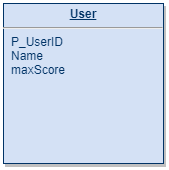
Earlier version of the draw.io export er_diagramm.png (viethb/not-kniffel). Source tidied: cells renumbered, new cells last; positions are measured from the earlier drawing's top-left corner, leaving out a move shared by most shapes.
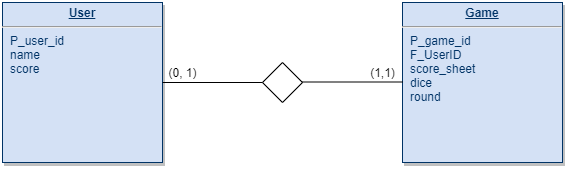
The same file after the commit.

Diff of the diagram source:
```diff
@@ -2,8 +2,29 @@
   <root>
     <mxCell id="0" />
     <mxCell id="1" parent="0" />
+    <mxCell id="3" value="&lt;p style=&quot;margin: 0px ; margin-top: 4px ; text-align: center ; text-decoration: underline&quot;&gt;&lt;strong&gt;Game&lt;/strong&gt;&lt;/p&gt;&lt;hr&gt;&lt;p style=&quot;margin: 0px ; margin-left: 8px&quot;&gt;&lt;span&gt;P_game_id&lt;/span&gt;&lt;/p&gt;&lt;p style=&quot;margin: 0px ; margin-left: 8px&quot;&gt;F_UserID&lt;/p&gt;&lt;p style=&quot;margin: 0px ; margin-left: 8px&quot;&gt;score_sheet&lt;/p&gt;&lt;p style=&quot;margin: 0px ; margin-left: 8px&quot;&gt;dice&lt;/p&gt;&lt;p style=&quot;margin: 0px ; margin-left: 8px&quot;&gt;round&lt;/p&gt;" style="verticalAlign=top;align=left;overflow=fill;fontSize=12;fontFamily=Helvetica;html=1;strokeColor=#003366;shadow=1;fillColor=#D4E1F5;fontColor=#003366;" parent="1" vertex="1">
+      <mxGeometry x="400" width="160" height="160" as="geometry" />
+    </mxCell>
-    <mxCell id="2" value="&lt;p style=&quot;margin: 0px ; margin-top: 4px ; text-align: center ; text-decoration: underline&quot;&gt;&lt;strong&gt;User&lt;/strong&gt;&lt;/p&gt;&lt;hr&gt;&lt;p style=&quot;margin: 0px ; margin-left: 8px&quot;&gt;P_UserID&lt;/p&gt;&lt;p style=&quot;margin: 0px ; margin-left: 8px&quot;&gt;Name&lt;/p&gt;&lt;p style=&quot;margin: 0px ; margin-left: 8px&quot;&gt;maxScore&lt;/p&gt;" style="verticalAlign=top;align=left;overflow=fill;fontSize=12;fontFamily=Helvetica;html=1;strokeColor=#003366;shadow=1;fillColor=#D4E1F5;fontColor=#003366;" parent="1" vertex="1">
+    <mxCell id="2" value="&lt;p style=&quot;margin: 0px ; margin-top: 4px ; text-align: center ; text-decoration: underline&quot;&gt;&lt;strong&gt;User&lt;/strong&gt;&lt;/p&gt;&lt;hr&gt;&lt;p style=&quot;margin: 0px ; margin-left: 8px&quot;&gt;P_user_id&lt;/p&gt;&lt;p style=&quot;margin: 0px ; margin-left: 8px&quot;&gt;name&lt;/p&gt;&lt;p style=&quot;margin: 0px ; margin-left: 8px&quot;&gt;score&lt;/p&gt;" style="verticalAlign=top;align=left;overflow=fill;fontSize=12;fontFamily=Helvetica;html=1;strokeColor=#003366;shadow=1;fillColor=#D4E1F5;fontColor=#003366;" parent="1" vertex="1">
       <mxGeometry width="160" height="160" as="geometry" />
     </mxCell>
+    <mxCell id="4" style="rhombus;whiteSpace=wrap;html=1;" parent="1" vertex="1">
+      <mxGeometry x="260" y="60" width="40" height="40" as="geometry" />
+    </mxCell>
+    <mxCell id="5" style="endArrow=none;html=1;exitX=1;exitY=0.5;exitDx=0;exitDy=0;entryX=0;entryY=0.5;entryDx=0;entryDy=0;" parent="1" edge="1" source="2" target="4">
+      <mxGeometry relative="1" as="geometry" />
+    </mxCell>
+    <mxCell id="6" style="endArrow=none;html=1;exitX=1;exitY=0.5;exitDx=0;exitDy=0;entryX=0;entryY=0.5;entryDx=0;entryDy=0;" parent="1" edge="1">
+      <mxGeometry relative="1" as="geometry">
+        <mxPoint x="300" y="79.5" as="sourcePoint" />
+        <mxPoint x="400" y="79.5" as="targetPoint" />
+      </mxGeometry>
+    </mxCell>
+    <mxCell id="7" value="(0, 1)" style="text;html=1;align=center;verticalAlign=middle;" parent="1" vertex="1">
+      <mxGeometry x="160" y="60" width="40" height="20" as="geometry" />
+    </mxCell>
+    <mxCell id="8" value="(1,1)" style="text;html=1;align=center;verticalAlign=middle;" parent="1" vertex="1">
+      <mxGeometry x="360" y="60" width="40" height="20" as="geometry" />
+    </mxCell>
   </root>
 </mxGraphModel>
```
